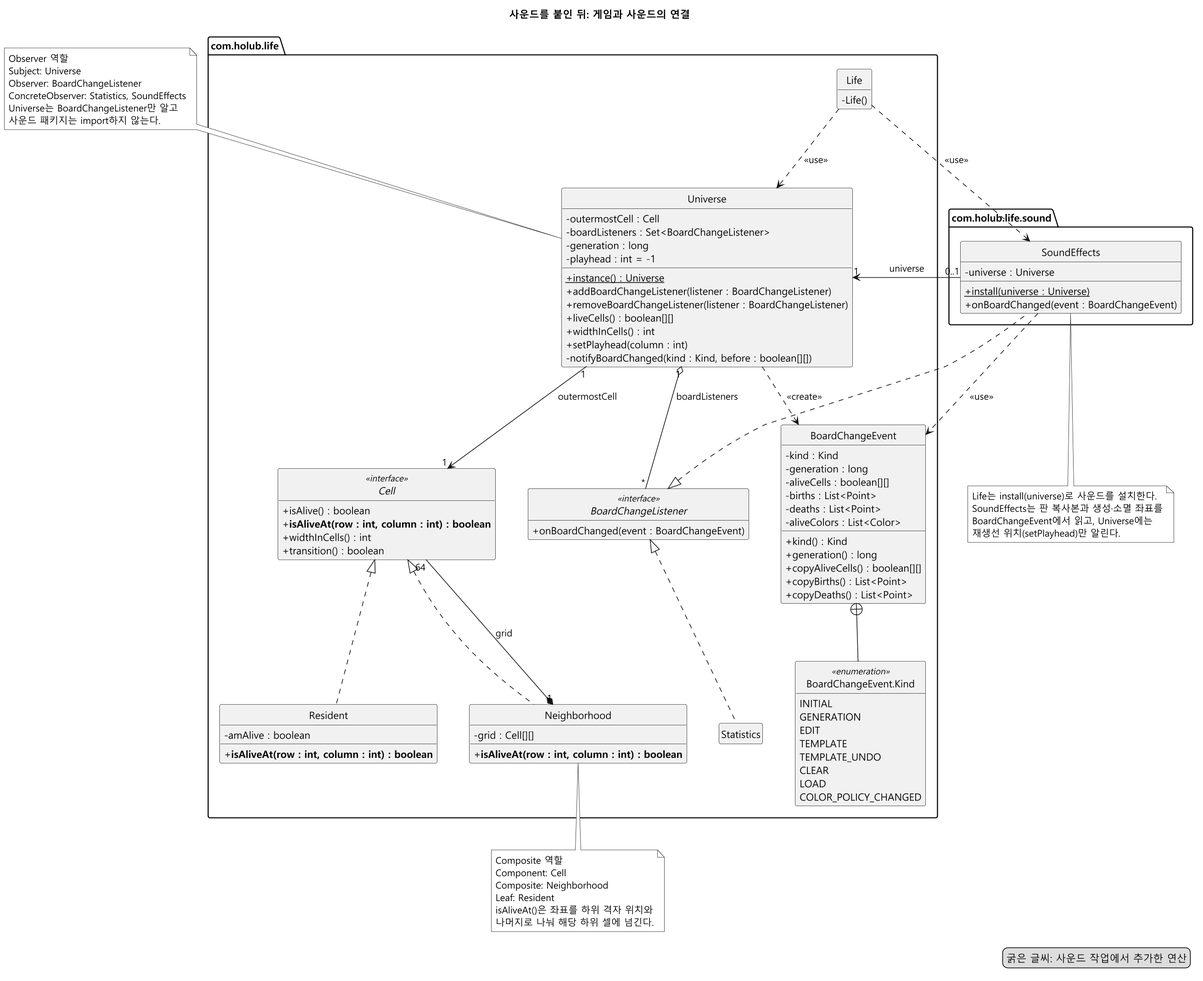
This is docs/sound-effects/diagram/class-after.png from mckimR1972/DP_team_project, a PlantUML export, as it was before one commit.
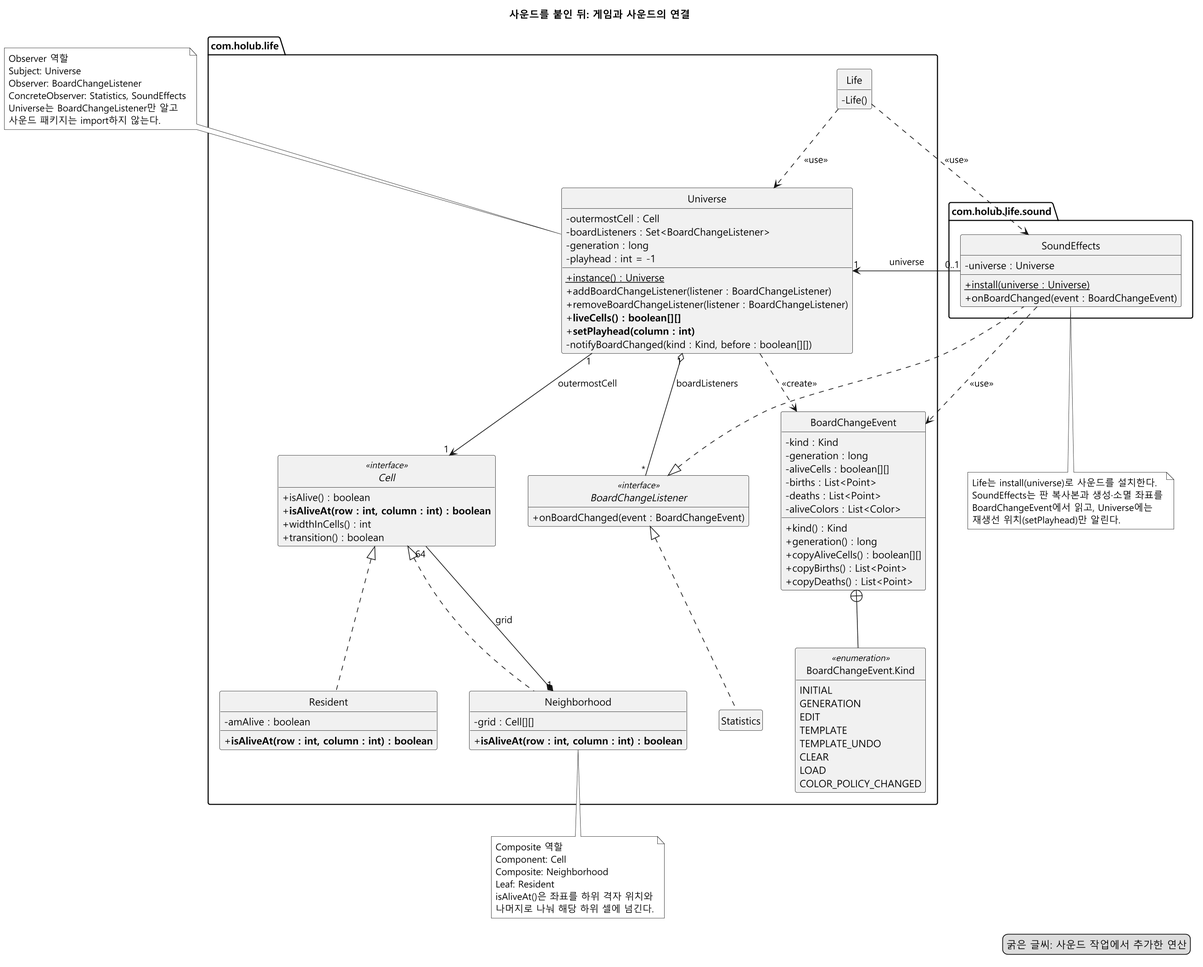
The same diagram one commit later.

Commit message:
docs(sound): 지운 widthInCells()를 문서와 클래스 그림에서 빼고 굵은 글씨 표시를 맞춤

- 설계 문서 2.1의 "지금도 쓰는 메서드" 목록에서 widthInCells()를 뺌
- class-after 그림의 Universe에서 widthInCells()를 빼고, 사운드 작업에서
  더한 liveCells()와 setPlayhead()를 범례대로 굵게 표시함

Refs #2

What changed in the source:
```diff
@@ -25,9 +25,8 @@
     + {static} instance() : Universe
     + addBoardChangeListener(listener : BoardChangeListener)
     + removeBoardChangeListener(listener : BoardChangeListener)
-    + liveCells() : boolean[][]
-    + widthInCells() : int
-    + setPlayhead(column : int)
+    + **liveCells() : boolean[][]**
+    + **setPlayhead(column : int)**
     - notifyBoardChanged(kind : Kind, before : boolean[][])
   }
 
```
